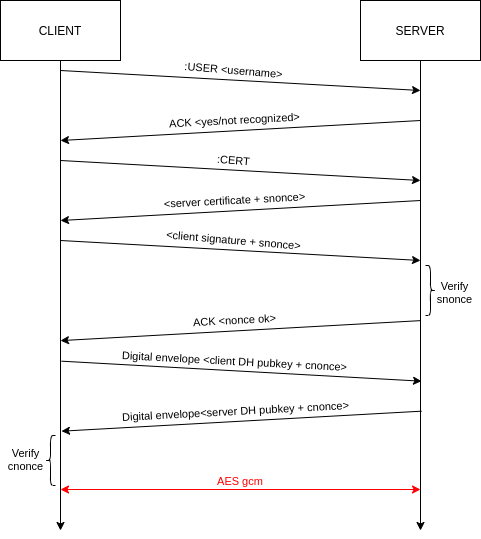
Above: pics/overview.png in matteodefra/Focproject (draw.io), before the change. Source tidied: cells renumbered, new cells last; positions are measured from the earlier drawing's top-left corner, leaving out a move shared by most shapes.
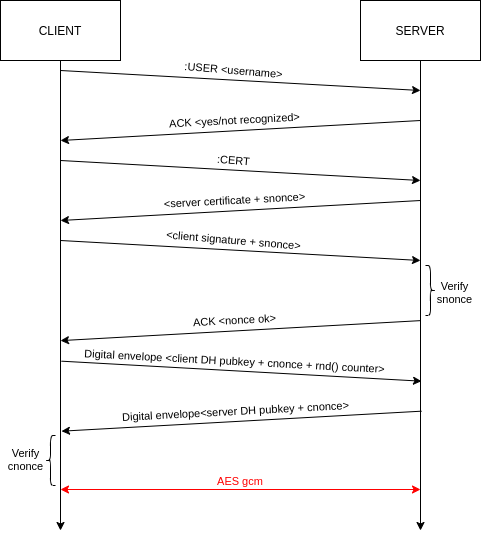
The same file after the commit.

Commit message:
added counter and code cleaning

Change to the diagram source:
```diff
@@ -92,7 +92,7 @@
         <mxPoint x="421" y="380.7" as="targetPoint" />
       </mxGeometry>
     </mxCell>
-    <mxCell id="19" value="Digital envelope &amp;lt;client DH pubkey + cnonce&amp;gt;" style="edgeLabel;html=1;align=center;verticalAlign=middle;rotation=3;" parent="18" vertex="1">
+    <mxCell id="19" value="Digital envelope &amp;lt;client DH pubkey + cnonce + rnd() counter&amp;gt;" style="edgeLabel;html=1;align=center;verticalAlign=middle;rotation=3;" parent="18" vertex="1">
       <mxGeometry x="-0.17" y="-1" relative="1" as="geometry">
         <mxPoint x="23" y="-10" as="offset" />
       </mxGeometry>
```
